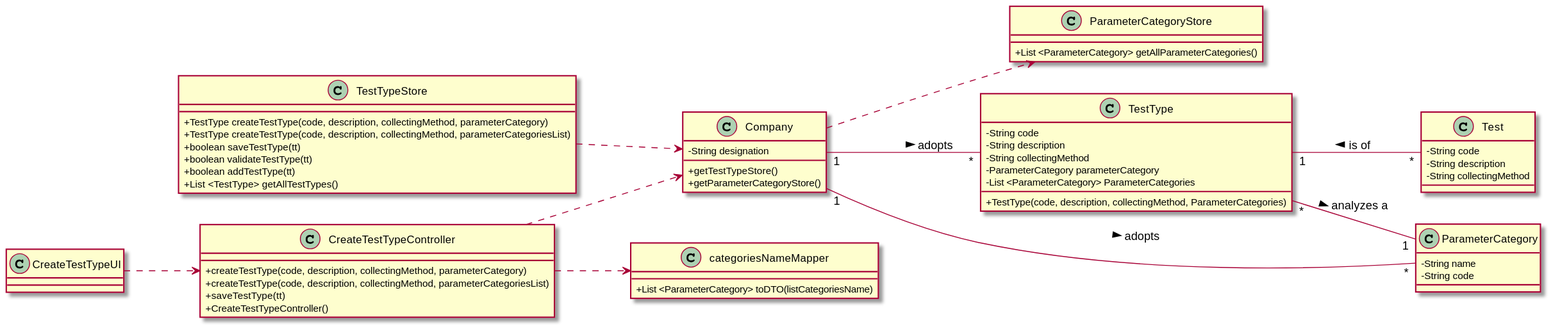
The PlantUML diagram docs/SprintB/US09/US09-CD.svg in 0franciscor/lei-21-s2-1de-g19, before a commit.
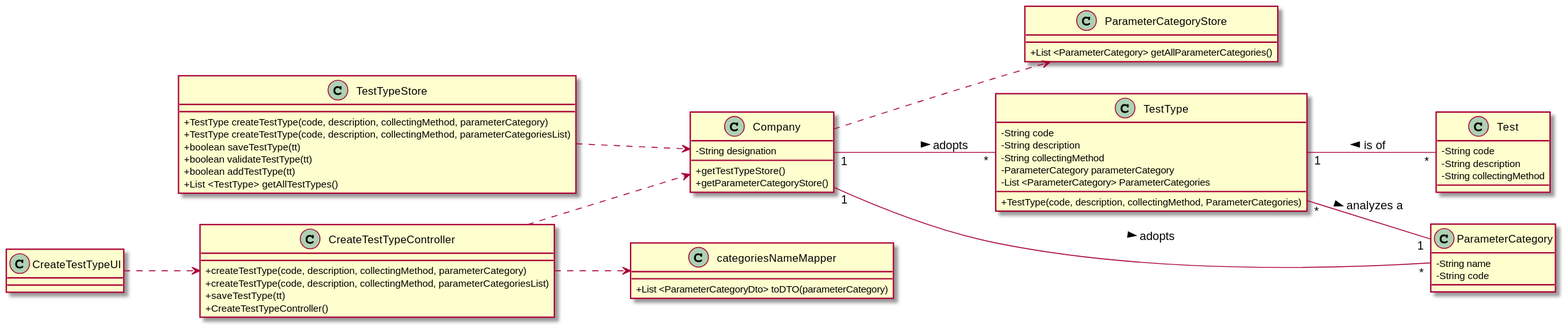
Above is the later version.

What changed in the source:
```diff
@@ -9,7 +9,7 @@
 }
 
 class "categoriesNameMapper" as cNM {
-+List <ParameterCategory> toDTO(listCategoriesName)
++List <ParameterCategoryDto> toDTO(parameterCategory)
 }
 
 class "TestTypeStore" as TTS{
```
